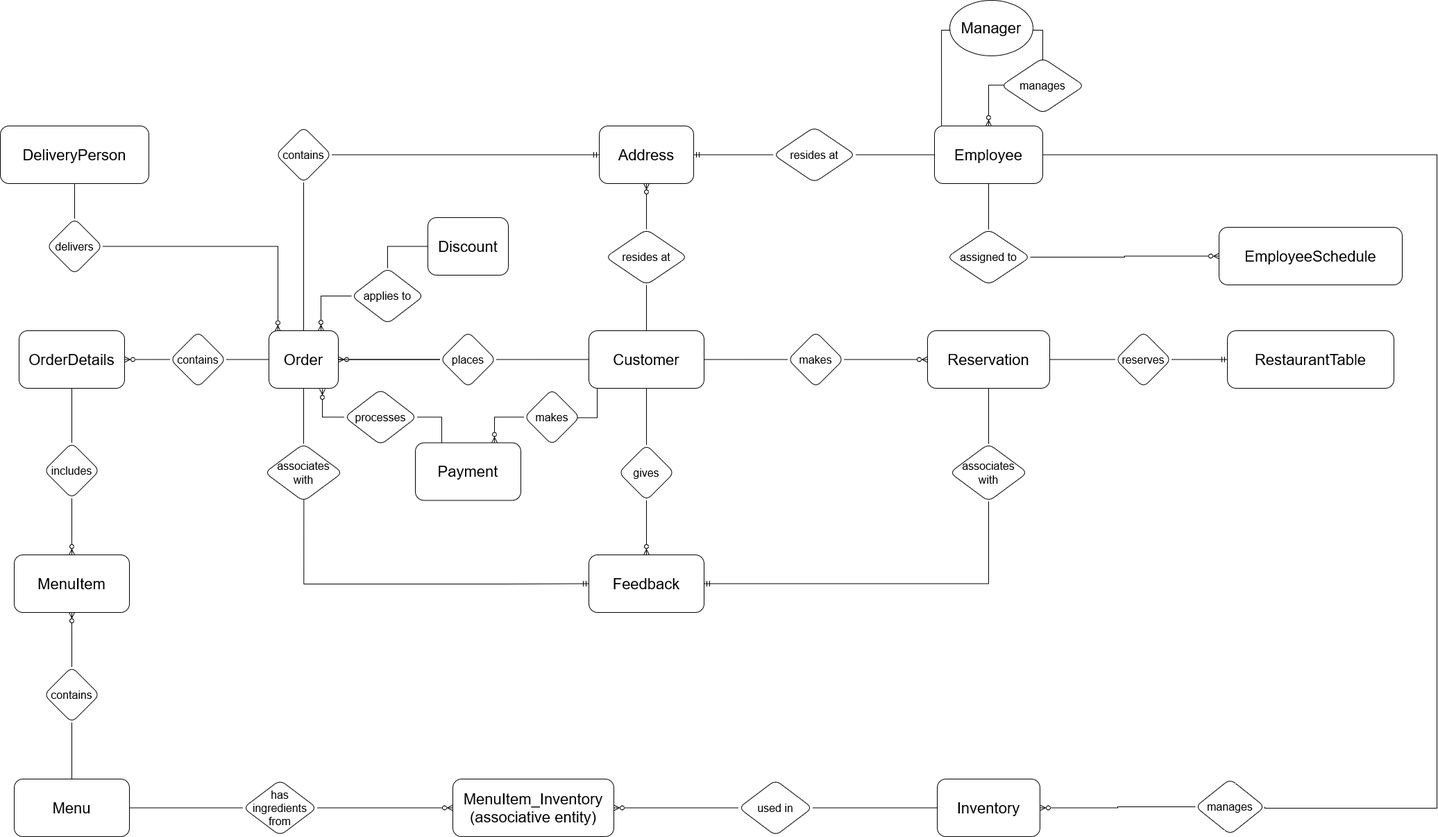
This is Entity Relationship Diagram.png from KhangProton/ISYS3414-restaurant, a draw.io export, as it was before one commit. Source tidied: cells renumbered, new cells last; positions are measured from the earlier drawing's top-left corner, leaving out a move shared by most shapes.
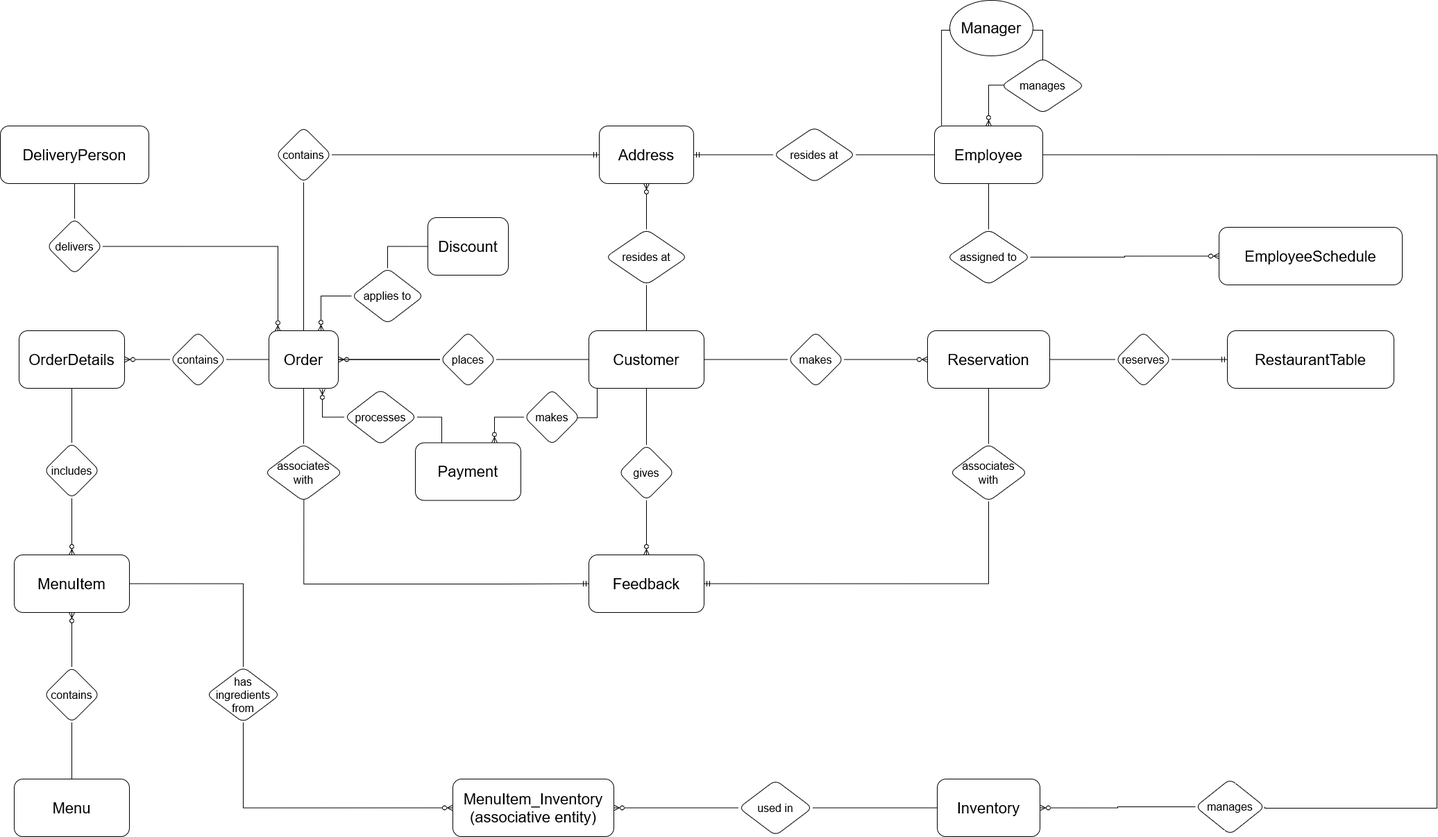
The same file after the commit.

Diff of the diagram source:
```diff
@@ -50,7 +50,7 @@
     <mxCell id="17" style="edgeStyle=orthogonalEdgeStyle;shape=connector;rounded=0;jettySize=auto;html=1;labelBackgroundColor=default;strokeColor=default;strokeWidth=1;fontFamily=Helvetica;fontSize=14;fontColor=default;endArrow=none;endFill=0;" parent="1" edge="1" source="19" target="67">
       <mxGeometry relative="1" as="geometry" />
     </mxCell>
-    <mxCell id="18" style="edgeStyle=orthogonalEdgeStyle;shape=connector;rounded=0;jettySize=auto;html=1;labelBackgroundColor=default;strokeColor=default;strokeWidth=1;fontFamily=Helvetica;fontSize=14;fontColor=default;endArrow=none;endFill=0;" parent="1" edge="1" source="19" target="81">
+    <mxCell id="18" style="edgeStyle=orthogonalEdgeStyle;shape=connector;rounded=0;jettySize=auto;html=1;labelBackgroundColor=default;strokeColor=default;strokeWidth=1;fontFamily=Helvetica;fontSize=14;fontColor=default;endArrow=none;endFill=0;exitX=1;exitY=0.5;exitDx=0;exitDy=0;entryX=0.5;entryY=0;entryDx=0;entryDy=0;" parent="1" edge="1" source="21" target="81">
       <mxGeometry relative="1" as="geometry" />
     </mxCell>
     <mxCell id="19" value="Menu" style="rounded=1;whiteSpace=wrap;fontSize=22;" parent="1" vertex="1">
@@ -276,11 +276,11 @@
     <mxCell id="79" value="MenuItem_Inventory&#10;(associative entity)" style="rounded=1;whiteSpace=wrap;fontSize=22;" parent="1" vertex="1">
       <mxGeometry x="652" y="1122" width="232" height="83" as="geometry" />
     </mxCell>
-    <mxCell id="80" style="edgeStyle=orthogonalEdgeStyle;shape=connector;rounded=0;jettySize=auto;html=1;exitX=1;exitY=0.5;exitDx=0;exitDy=0;entryX=0;entryY=0.5;entryDx=0;entryDy=0;labelBackgroundColor=default;strokeColor=default;strokeWidth=1;fontFamily=Helvetica;fontSize=14;fontColor=default;endArrow=ERzeroToMany;endFill=0;" parent="1" edge="1" source="81" target="79">
+    <mxCell id="80" style="edgeStyle=orthogonalEdgeStyle;shape=connector;rounded=0;jettySize=auto;html=1;exitX=0.5;exitY=1;exitDx=0;exitDy=0;entryX=0;entryY=0.5;entryDx=0;entryDy=0;labelBackgroundColor=default;strokeColor=default;strokeWidth=1;fontFamily=Helvetica;fontSize=14;fontColor=default;endArrow=ERzeroToMany;endFill=0;" parent="1" edge="1" source="81" target="79">
       <mxGeometry relative="1" as="geometry" />
     </mxCell>
     <mxCell id="81" value="has ingredients from" style="rhombus;whiteSpace=wrap;html=1;fontSize=16;rounded=1;" parent="1" vertex="1">
-      <mxGeometry x="350" y="1123.5" width="106" height="80" as="geometry" />
+      <mxGeometry x="297" y="960.5" width="106" height="80" as="geometry" />
     </mxCell>
     <mxCell id="82" style="edgeStyle=orthogonalEdgeStyle;shape=connector;rounded=0;jettySize=auto;html=1;exitX=0;exitY=0.5;exitDx=0;exitDy=0;entryX=1;entryY=0.5;entryDx=0;entryDy=0;labelBackgroundColor=default;strokeColor=default;strokeWidth=1;fontFamily=Helvetica;fontSize=14;fontColor=default;endArrow=ERzeroToMany;endFill=0;" parent="1" edge="1" source="83" target="79">
       <mxGeometry relative="1" as="geometry" />
```
